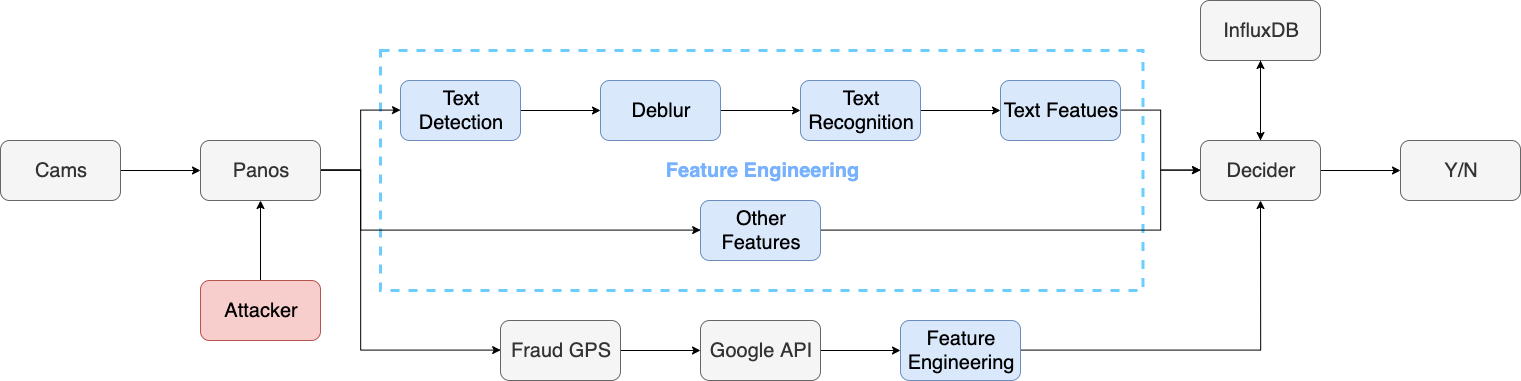
Earlier version of the draw.io export intro/infrastructure.png (BourneXu/AntiGPS). Source tidied: cells renumbered, new cells last; positions are measured from the earlier drawing's top-left corner, leaving out a move shared by most shapes.
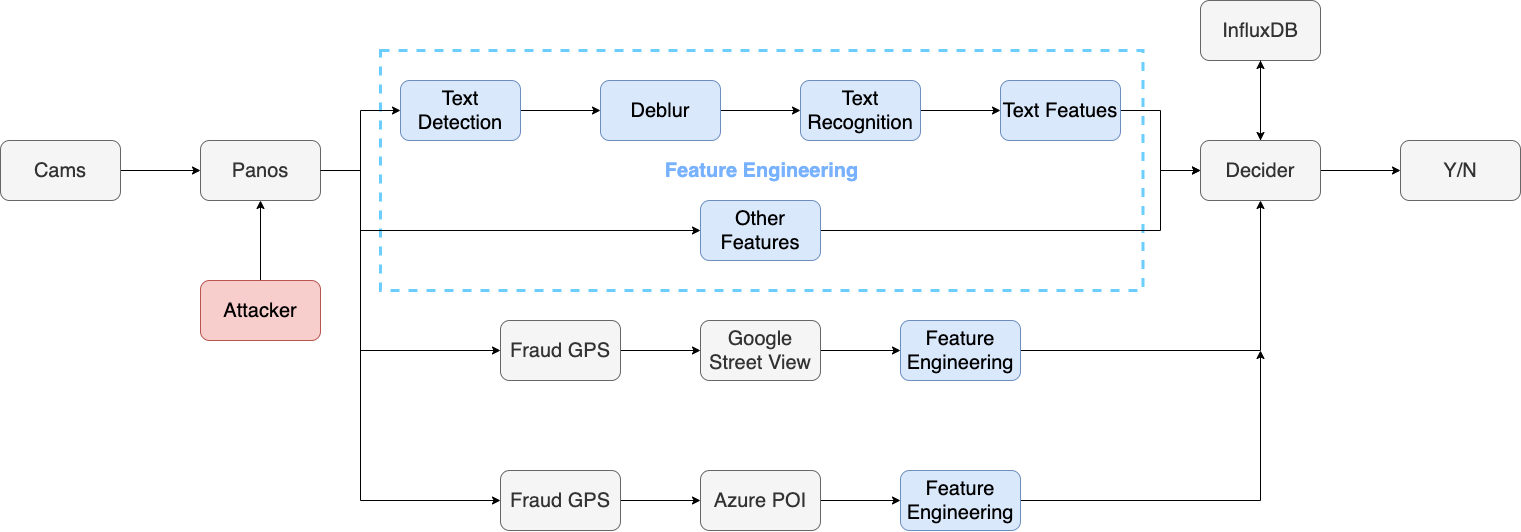
Above is the later version.

The edit, as a diff of the source:
```diff
@@ -22,14 +22,14 @@
         </Array>
       </mxGeometry>
     </mxCell>
-    <mxCell id="7" style="edgeStyle=orthogonalEdgeStyle;rounded=0;jettySize=auto;html=1;entryX=0;entryY=0.5;entryDx=0;entryDy=0;" parent="1" edge="1" source="8" target="27">
-      <mxGeometry relative="1" as="geometry">
-        <Array as="points">
-          <mxPoint x="360" y="170" />
-          <mxPoint x="360" y="350" />
-        </Array>
-      </mxGeometry>
-    </mxCell>
+    <mxCell id="33" style="edgeStyle=orthogonalEdgeStyle;rounded=0;jettySize=auto;html=1;entryX=0;entryY=0.5;entryDx=0;entryDy=0;" parent="1" edge="1" source="8" target="35">
+      <mxGeometry relative="1" as="geometry">
+        <Array as="points">
+          <mxPoint x="360" y="170" />
+          <mxPoint x="360" y="350" />
+        </Array>
+      </mxGeometry>
+    </mxCell>
     <mxCell id="8" value="&lt;font style=&quot;font-size: 20px&quot;&gt;Panos&lt;/font&gt;" style="rounded=1;whiteSpace=wrap;html=1;fillColor=#f5f5f5;strokeColor=#666666;fontColor=#333333;" parent="1" vertex="1">
       <mxGeometry x="200" y="140" width="120" height="60" as="geometry" />
     </mxCell>
@@ -89,26 +89,55 @@
     <mxCell id="25" value="&lt;span style=&quot;font-size: 20px&quot;&gt;Attacker&lt;/span&gt;" style="rounded=1;whiteSpace=wrap;html=1;fillColor=#f8cecc;strokeColor=#b85450;" parent="1" vertex="1">
       <mxGeometry x="200" y="280" width="120" height="60" as="geometry" />
     </mxCell>
-    <mxCell id="26" style="edgeStyle=orthogonalEdgeStyle;rounded=0;jettySize=auto;html=1;" parent="1" edge="1" source="27" target="29">
-      <mxGeometry relative="1" as="geometry" />
-    </mxCell>
-    <mxCell id="27" value="&lt;span style=&quot;font-size: 20px&quot;&gt;Fraud GPS&lt;/span&gt;" style="rounded=1;whiteSpace=wrap;html=1;fillColor=#f5f5f5;strokeColor=#666666;fontColor=#333333;" parent="1" vertex="1">
-      <mxGeometry x="500" y="320" width="120" height="60" as="geometry" />
-    </mxCell>
-    <mxCell id="28" style="edgeStyle=orthogonalEdgeStyle;rounded=0;jettySize=auto;html=1;" parent="1" edge="1" source="29" target="31">
-      <mxGeometry relative="1" as="geometry" />
-    </mxCell>
-    <mxCell id="29" value="&lt;span style=&quot;font-size: 20px&quot;&gt;Google API&lt;/span&gt;" style="rounded=1;whiteSpace=wrap;html=1;fillColor=#f5f5f5;strokeColor=#666666;fontColor=#333333;" parent="1" vertex="1">
-      <mxGeometry x="700" y="320" width="120" height="60" as="geometry" />
-    </mxCell>
-    <mxCell id="30" style="edgeStyle=orthogonalEdgeStyle;rounded=0;jettySize=auto;html=1;entryX=0.5;entryY=1;entryDx=0;entryDy=0;" parent="1" edge="1" source="31" target="19">
-      <mxGeometry relative="1" as="geometry" />
-    </mxCell>
-    <mxCell id="31" value="&lt;span style=&quot;font-size: 20px&quot;&gt;Feature Engineering&lt;/span&gt;" style="rounded=1;whiteSpace=wrap;html=1;fillColor=#dae8fc;strokeColor=#6c8ebf;" parent="1" vertex="1">
-      <mxGeometry x="900" y="320" width="120" height="60" as="geometry" />
-    </mxCell>
+    <mxCell id="34" style="edgeStyle=orthogonalEdgeStyle;rounded=0;jettySize=auto;html=1;" parent="1" edge="1" source="35" target="37">
+      <mxGeometry relative="1" as="geometry" />
+    </mxCell>
+    <mxCell id="35" value="&lt;span style=&quot;font-size: 20px&quot;&gt;Fraud GPS&lt;/span&gt;" style="rounded=1;whiteSpace=wrap;html=1;fillColor=#f5f5f5;strokeColor=#666666;fontColor=#333333;" parent="1" vertex="1">
+      <mxGeometry x="500" y="320" width="120" height="60" as="geometry" />
+    </mxCell>
+    <mxCell id="36" style="edgeStyle=orthogonalEdgeStyle;rounded=0;jettySize=auto;html=1;" parent="1" edge="1" source="37" target="39">
+      <mxGeometry relative="1" as="geometry" />
+    </mxCell>
+    <mxCell id="37" value="&lt;span style=&quot;font-size: 20px&quot;&gt;Google Street View&lt;/span&gt;" style="rounded=1;whiteSpace=wrap;html=1;fillColor=#f5f5f5;strokeColor=#666666;fontColor=#333333;" parent="1" vertex="1">
+      <mxGeometry x="700" y="320" width="120" height="60" as="geometry" />
+    </mxCell>
+    <mxCell id="38" style="edgeStyle=orthogonalEdgeStyle;rounded=0;jettySize=auto;html=1;entryX=0.5;entryY=1;entryDx=0;entryDy=0;" parent="1" edge="1" source="39" target="19">
+      <mxGeometry relative="1" as="geometry" />
+    </mxCell>
+    <mxCell id="39" value="&lt;span style=&quot;font-size: 20px&quot;&gt;Feature Engineering&lt;/span&gt;" style="rounded=1;whiteSpace=wrap;html=1;fillColor=#dae8fc;strokeColor=#6c8ebf;" parent="1" vertex="1">
+      <mxGeometry x="900" y="320" width="120" height="60" as="geometry" />
+    </mxCell>
     <mxCell id="32" style="edgeStyle=orthogonalEdgeStyle;rounded=0;jettySize=auto;html=1;" parent="1" edge="1" source="20" target="19">
       <mxGeometry relative="1" as="geometry" />
     </mxCell>
+    <mxCell id="40" style="edgeStyle=orthogonalEdgeStyle;rounded=0;jettySize=auto;html=1;entryX=0;entryY=0.5;entryDx=0;entryDy=0;" parent="1" edge="1" target="42">
+      <mxGeometry relative="1" as="geometry">
+        <mxPoint x="320" y="170" as="sourcePoint" />
+        <Array as="points">
+          <mxPoint x="360" y="170" />
+          <mxPoint x="360" y="500" />
+        </Array>
+      </mxGeometry>
+    </mxCell>
+    <mxCell id="41" style="edgeStyle=orthogonalEdgeStyle;rounded=0;jettySize=auto;html=1;" parent="1" edge="1" source="42" target="44">
+      <mxGeometry relative="1" as="geometry" />
+    </mxCell>
+    <mxCell id="42" value="&lt;span style=&quot;font-size: 20px&quot;&gt;Fraud GPS&lt;/span&gt;" style="rounded=1;whiteSpace=wrap;html=1;fillColor=#f5f5f5;strokeColor=#666666;fontColor=#333333;" parent="1" vertex="1">
+      <mxGeometry x="500" y="470" width="120" height="60" as="geometry" />
+    </mxCell>
+    <mxCell id="43" style="edgeStyle=orthogonalEdgeStyle;rounded=0;jettySize=auto;html=1;" parent="1" edge="1" source="44" target="46">
+      <mxGeometry relative="1" as="geometry" />
+    </mxCell>
+    <mxCell id="44" value="&lt;span style=&quot;font-size: 20px&quot;&gt;Azure POI&lt;/span&gt;" style="rounded=1;whiteSpace=wrap;html=1;fillColor=#f5f5f5;strokeColor=#666666;fontColor=#333333;" parent="1" vertex="1">
+      <mxGeometry x="700" y="470" width="120" height="60" as="geometry" />
+    </mxCell>
+    <mxCell id="45" style="edgeStyle=orthogonalEdgeStyle;rounded=0;jettySize=auto;html=1;entryX=0.5;entryY=1;entryDx=0;entryDy=0;" parent="1" edge="1" source="46">
+      <mxGeometry relative="1" as="geometry">
+        <mxPoint x="1260" y="350" as="targetPoint" />
+      </mxGeometry>
+    </mxCell>
+    <mxCell id="46" value="&lt;span style=&quot;font-size: 20px&quot;&gt;Feature Engineering&lt;/span&gt;" style="rounded=1;whiteSpace=wrap;html=1;fillColor=#dae8fc;strokeColor=#6c8ebf;" parent="1" vertex="1">
+      <mxGeometry x="900" y="470" width="120" height="60" as="geometry" />
+    </mxCell>
   </root>
 </mxGraphModel>
```
